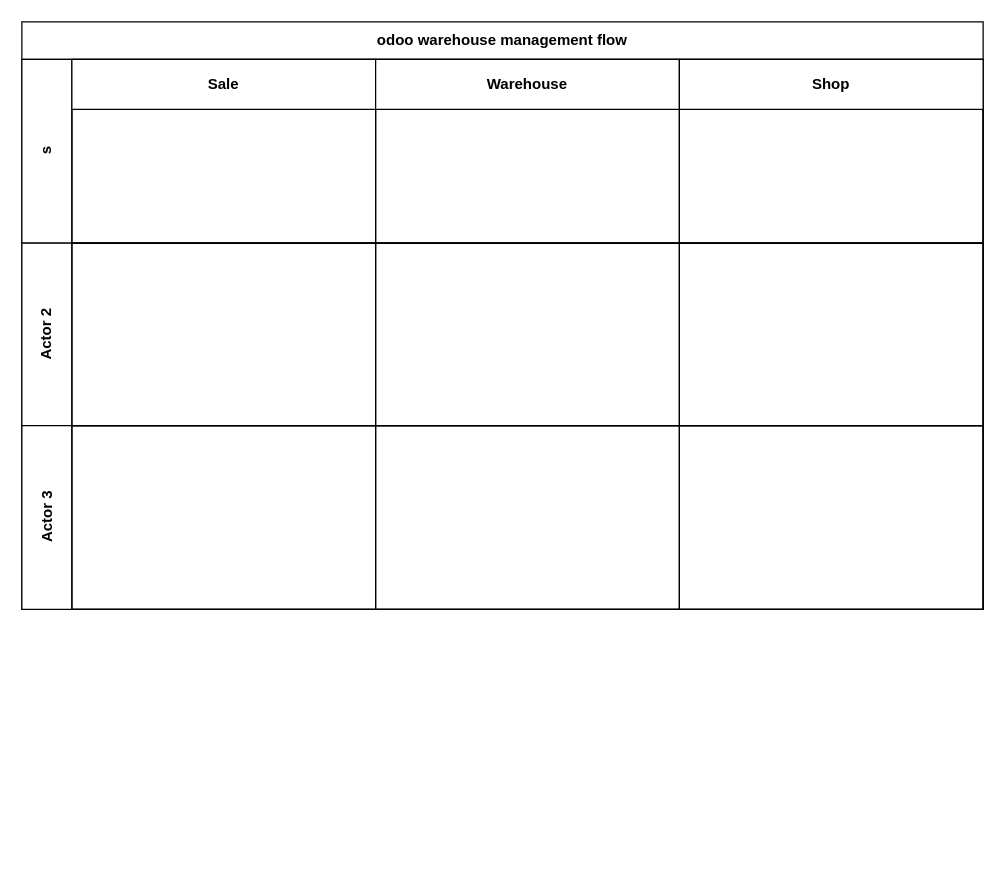
This is Untitled Diagram.drawio from akekaphop/akekaphop, a draw.io file, before an edit. Source tidied: cells renumbered, new cells numbered last; positions are measured from the earlier drawing's top-left corner, leaving out a move shared by most shapes. Both pictures are drawn from the tidied source at 125%, with x=0, y=0 at pixel (21, 21).
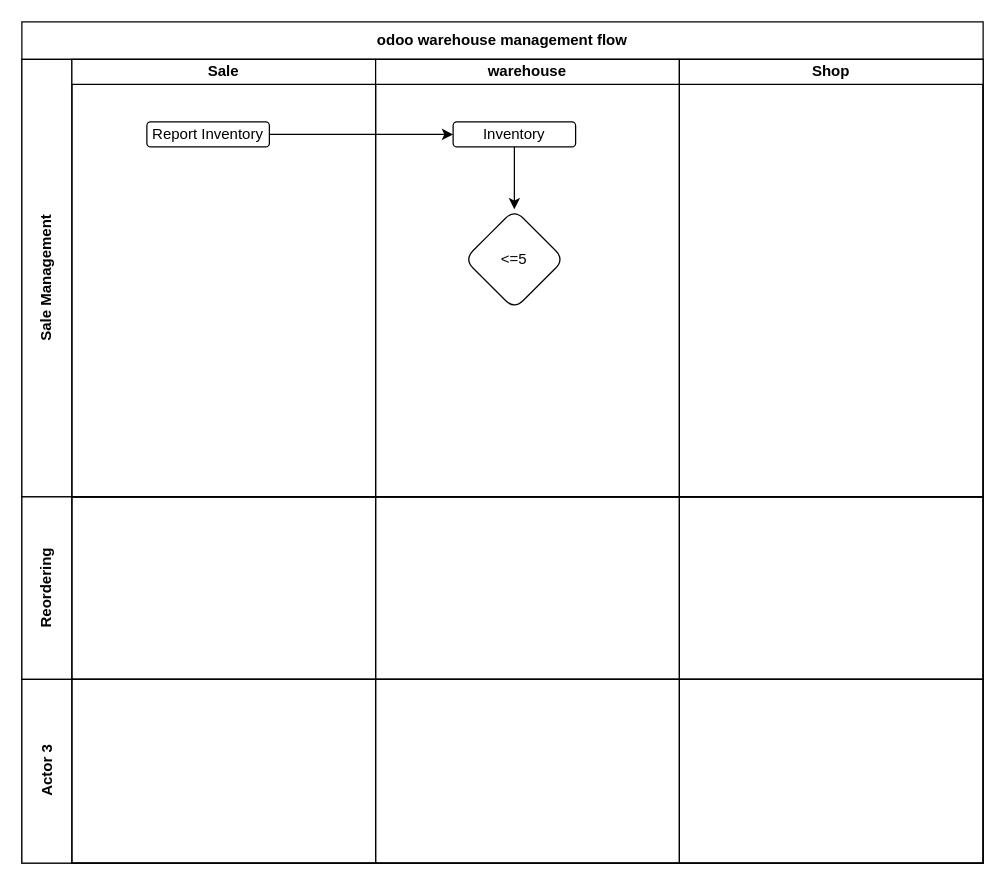
The same page after the edit.

What changed in the source:
```diff
@@
 <mxGraphModel>
   <root>
     <mxCell id="0" />
     <mxCell id="1" parent="0" />
     <mxCell id="2" value="odoo warehouse management flow" style="shape=table;childLayout=tableLayout;rowLines=0;columnLines=0;startSize=30;html=1;whiteSpace=wrap;fontStyle=1;align=center;" parent="1" vertex="1">
-      <mxGeometry width="769" height="470" as="geometry" />
+      <mxGeometry width="769" height="673" as="geometry" />
     </mxCell>
-    <mxCell id="3" value="s" style="swimlane;horizontal=0;startSize=40;html=1;whiteSpace=wrap;fontStyle=1;" parent="2" vertex="1">
-      <mxGeometry y="30" width="769" height="147" as="geometry" />
+    <mxCell id="3" value="Sale Management" style="swimlane;horizontal=0;startSize=40;html=1;whiteSpace=wrap;fontStyle=1;" parent="2" vertex="1">
+      <mxGeometry y="30" width="769" height="350" as="geometry" />
     </mxCell>
-    <mxCell id="4" value="Sale" style="swimlane;startSize=40;html=1;whiteSpace=wrap;" parent="3" vertex="1">
-      <mxGeometry x="40" width="243" height="147" as="geometry" />
+    <mxCell id="4" value="Sale" style="swimlane;startSize=20;html=1;whiteSpace=wrap;" parent="3" vertex="1">
+      <mxGeometry x="40" width="243" height="350" as="geometry" />
     </mxCell>
+    <mxCell id="15" value="Report Inventory" style="rounded=1;whiteSpace=wrap;html=1;" parent="4" vertex="1">
+      <mxGeometry x="60" y="50" width="98" height="20" as="geometry" />
+    </mxCell>
-    <mxCell id="5" value="Warehouse" style="swimlane;startSize=40;html=1;whiteSpace=wrap;" parent="3" vertex="1">
-      <mxGeometry x="283" width="243" height="147" as="geometry" />
+    <mxCell id="5" value="warehouse" style="swimlane;startSize=20;html=1;whiteSpace=wrap;" parent="3" vertex="1">
+      <mxGeometry x="283" width="243" height="350" as="geometry" />
     </mxCell>
+    <mxCell id="16" value="Inventory" style="rounded=1;whiteSpace=wrap;html=1;" parent="5" vertex="1">
+      <mxGeometry x="62" y="50" width="98" height="20" as="geometry" />
+    </mxCell>
-    <mxCell id="6" value="Shop" style="swimlane;startSize=40;html=1;whiteSpace=wrap;" parent="3" vertex="1">
-      <mxGeometry x="526" width="243" height="147" as="geometry" />
+    <mxCell id="6" value="Shop" style="swimlane;startSize=20;html=1;whiteSpace=wrap;" parent="3" vertex="1">
+      <mxGeometry x="526" width="243" height="350" as="geometry" />
     </mxCell>
+    <mxCell id="17" style="edgeStyle=orthogonalEdgeStyle;rounded=0;jettySize=auto;html=1;" parent="3" edge="1" source="15" target="16">
+      <mxGeometry relative="1" as="geometry" />
+    </mxCell>
-    <mxCell id="7" value="Actor 2" style="swimlane;horizontal=0;startSize=40;html=1;whiteSpace=wrap;" parent="2" vertex="1">
-      <mxGeometry y="177" width="769" height="146" as="geometry" />
+    <mxCell id="7" value="Reordering" style="swimlane;horizontal=0;startSize=40;html=1;whiteSpace=wrap;" parent="2" vertex="1">
+      <mxGeometry y="380" width="769" height="146" as="geometry" />
     </mxCell>
     <mxCell id="8" style="swimlane;startSize=0;html=1;whiteSpace=wrap;" parent="7" vertex="1">
       <mxGeometry x="40" width="243" height="146" as="geometry" />
     </mxCell>
     <mxCell id="9" style="swimlane;startSize=0;html=1;whiteSpace=wrap;" parent="7" vertex="1">
       <mxGeometry x="283" width="243" height="146" as="geometry" />
     </mxCell>
     <mxCell id="10" style="swimlane;startSize=0;html=1;whiteSpace=wrap;" parent="7" vertex="1">
       <mxGeometry x="526" width="243" height="146" as="geometry" />
     </mxCell>
     <mxCell id="11" value="Actor 3" style="swimlane;horizontal=0;startSize=40;html=1;whiteSpace=wrap;" parent="2" vertex="1">
-      <mxGeometry y="323" width="769" height="147" as="geometry" />
+      <mxGeometry y="526" width="769" height="147" as="geometry" />
     </mxCell>
     <mxCell id="12" style="swimlane;startSize=0;html=1;whiteSpace=wrap;" parent="11" vertex="1">
       <mxGeometry x="40" width="243" height="147" as="geometry" />
     </mxCell>
     <mxCell id="13" style="swimlane;startSize=0;html=1;whiteSpace=wrap;" parent="11" vertex="1">
       <mxGeometry x="283" width="243" height="147" as="geometry" />
     </mxCell>
     <mxCell id="14" style="swimlane;startSize=0;html=1;whiteSpace=wrap;" parent="11" vertex="1">
       <mxGeometry x="526" width="243" height="147" as="geometry" />
     </mxCell>
+    <mxCell id="18" value="&amp;lt;=5" style="rhombus;whiteSpace=wrap;html=1;rounded=1;" parent="1" vertex="1">
+      <mxGeometry x="354" y="150" width="80" height="80" as="geometry" />
+    </mxCell>
+    <mxCell id="19" style="edgeStyle=orthogonalEdgeStyle;rounded=0;jettySize=auto;html=1;" parent="1" edge="1" source="16" target="18">
+      <mxGeometry relative="1" as="geometry" />
+    </mxCell>
   </root>
 </mxGraphModel>
```
